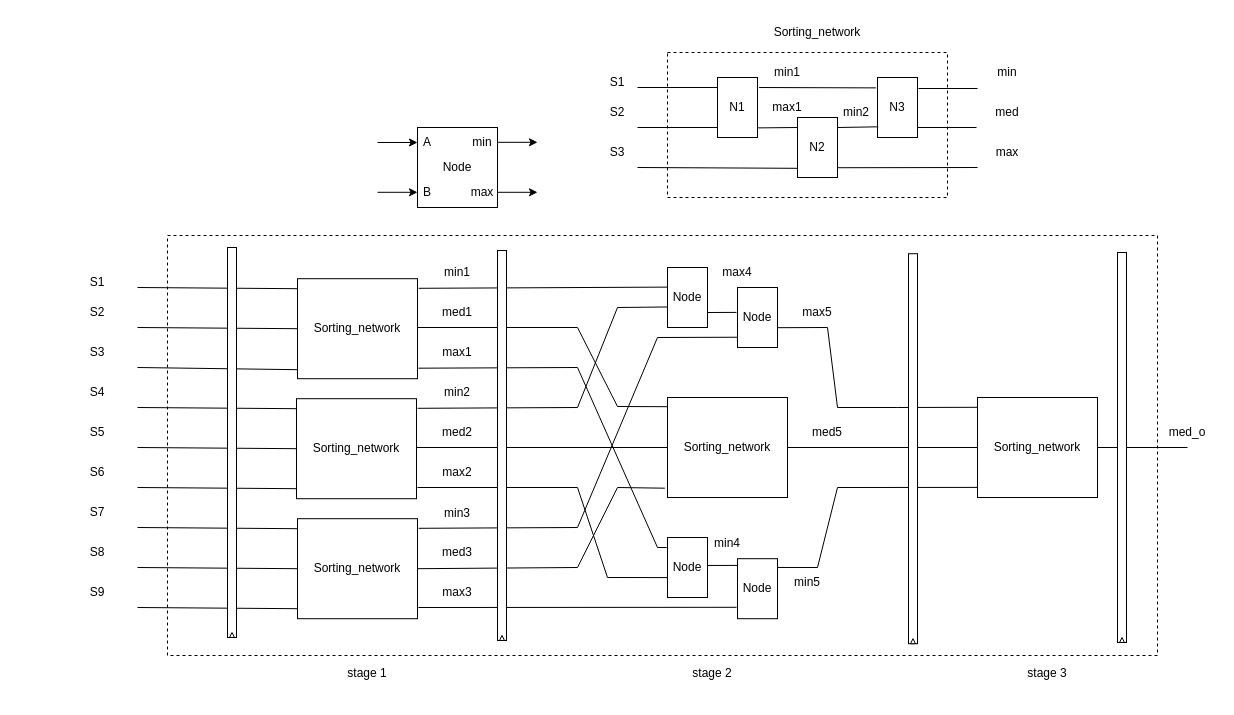
Above: Draw/MedianFilterModules/MedianSystolicModule3x3.drawio in Hieuueihm/Thesis (draw.io), before the change. Source tidied: cells renumbered, new cells numbered last; positions are measured from the earlier drawing's top-left corner, leaving out a move shared by most shapes. Both pictures are drawn from the tidied source at 100%, with x=0, y=0 at pixel (67, 17).
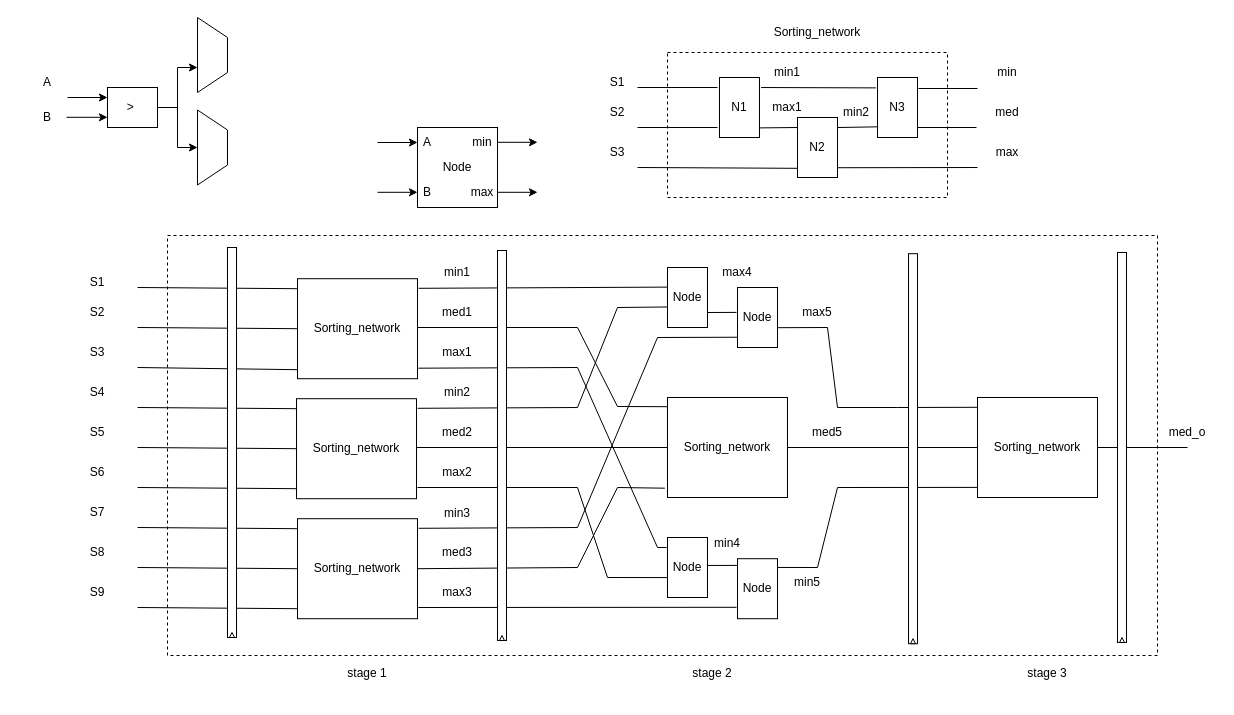
After the change.

Change to the diagram source:
```diff
@@
     <mxCell id="37" value="N1" style="rounded=0;whiteSpace=wrap;html=1;" parent="1" vertex="1">
-      <mxGeometry x="650" y="60" width="40" height="60" as="geometry" />
+      <mxGeometry x="652" y="60" width="40" height="60" as="geometry" />
     </mxCell>
@@
+    <mxCell id="108" value="&amp;gt;&amp;nbsp;" style="rounded=0;whiteSpace=wrap;html=1;" parent="1" vertex="1">
+      <mxGeometry x="40" y="70" width="50" height="40" as="geometry" />
+    </mxCell>
+    <mxCell id="109" style="endArrow=classic;html=1;rounded=0;entryX=0;entryY=0.25;entryDx=0;entryDy=0;" parent="1" edge="1" target="108">
+      <mxGeometry relative="1" as="geometry">
+        <mxPoint y="80" as="sourcePoint" />
+      </mxGeometry>
+    </mxCell>
+    <mxCell id="110" style="endArrow=classic;html=1;rounded=0;entryX=0.018;entryY=0.346;entryDx=0;entryDy=0;entryPerimeter=0;" parent="1" edge="1">
+      <mxGeometry relative="1" as="geometry">
+        <mxPoint x="-1" y="99.8" as="sourcePoint" />
+        <mxPoint x="40" y="99.8" as="targetPoint" />
+      </mxGeometry>
+    </mxCell>
+    <mxCell id="111" value="A" style="text;html=1;align=center;verticalAlign=middle;whiteSpace=wrap;rounded=0;" parent="1" vertex="1">
+      <mxGeometry x="-50" y="50" width="60" height="30" as="geometry" />
+    </mxCell>
+    <mxCell id="112" value="B" style="text;html=1;align=center;verticalAlign=middle;whiteSpace=wrap;rounded=0;" parent="1" vertex="1">
+      <mxGeometry x="-50" y="85" width="60" height="30" as="geometry" />
+    </mxCell>
+    <mxCell id="113" style="endArrow=classic;html=1;rounded=0;exitX=1;exitY=0.5;exitDx=0;exitDy=0;" parent="1" edge="1" source="108">
+      <mxGeometry relative="1" as="geometry">
+        <mxPoint x="130" y="50" as="targetPoint" />
+        <Array as="points">
+          <mxPoint x="110" y="90" />
+          <mxPoint x="110" y="50" />
+        </Array>
+      </mxGeometry>
+    </mxCell>
+    <mxCell id="114" style="endArrow=classic;html=1;rounded=0;exitX=1;exitY=0.5;exitDx=0;exitDy=0;" parent="1" edge="1" source="108">
+      <mxGeometry relative="1" as="geometry">
+        <mxPoint x="130" y="130" as="targetPoint" />
+        <Array as="points">
+          <mxPoint x="110" y="90" />
+          <mxPoint x="110" y="130" />
+        </Array>
+      </mxGeometry>
+    </mxCell>
+    <mxCell id="115" style="shape=trapezoid;perimeter=trapezoidPerimeter;whiteSpace=wrap;html=1;fixedSize=1;direction=south;" parent="1" vertex="1">
+      <mxGeometry x="130" width="30" height="75" as="geometry" />
+    </mxCell>
+    <mxCell id="116" style="shape=trapezoid;perimeter=trapezoidPerimeter;whiteSpace=wrap;html=1;fixedSize=1;direction=south;" parent="1" vertex="1">
+      <mxGeometry x="130" y="92.5" width="30" height="75" as="geometry" />
+    </mxCell>
```
